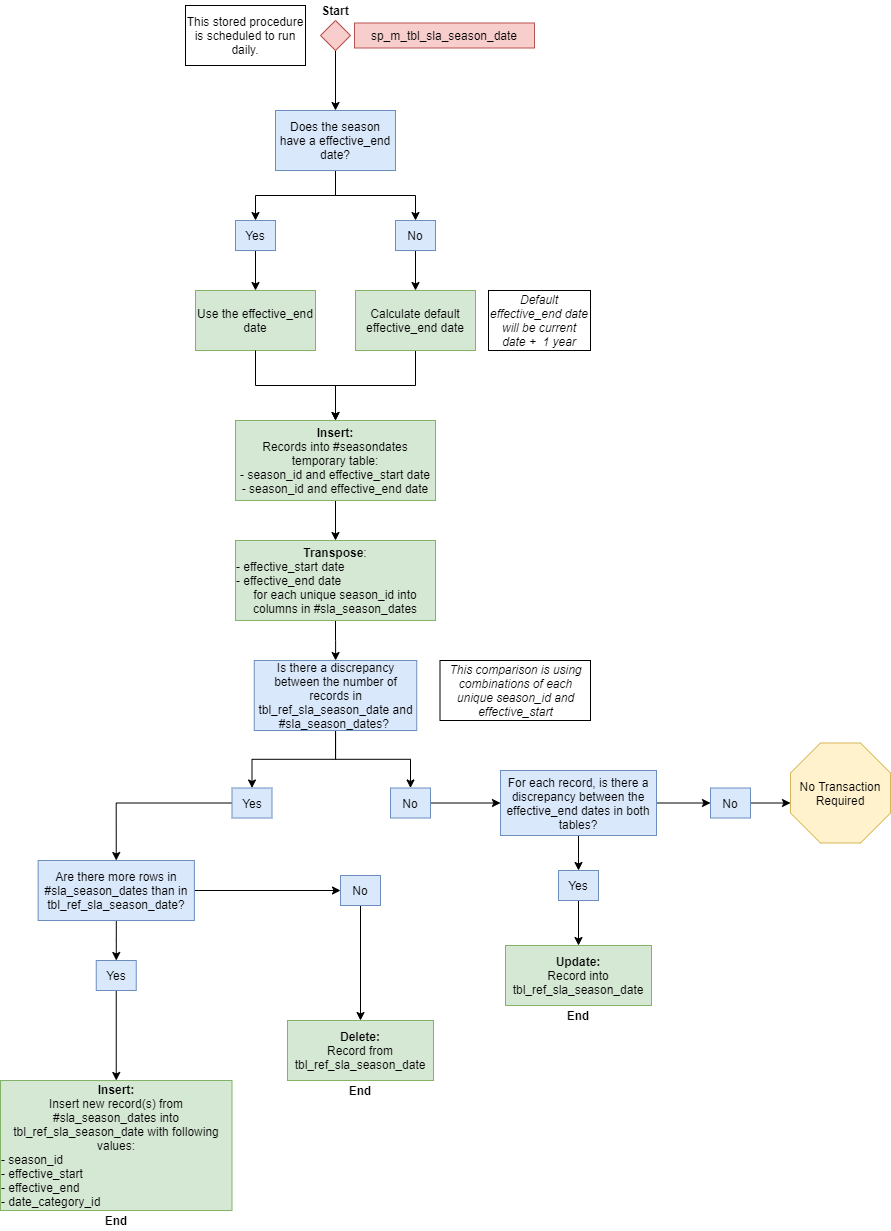
Above: images/diagram3.png in NYC-Parks/SLADB (draw.io), before the change. Source tidied: cells renumbered, new cells last; positions are measured from the earlier drawing's top-left corner, leaving out a move shared by most shapes.
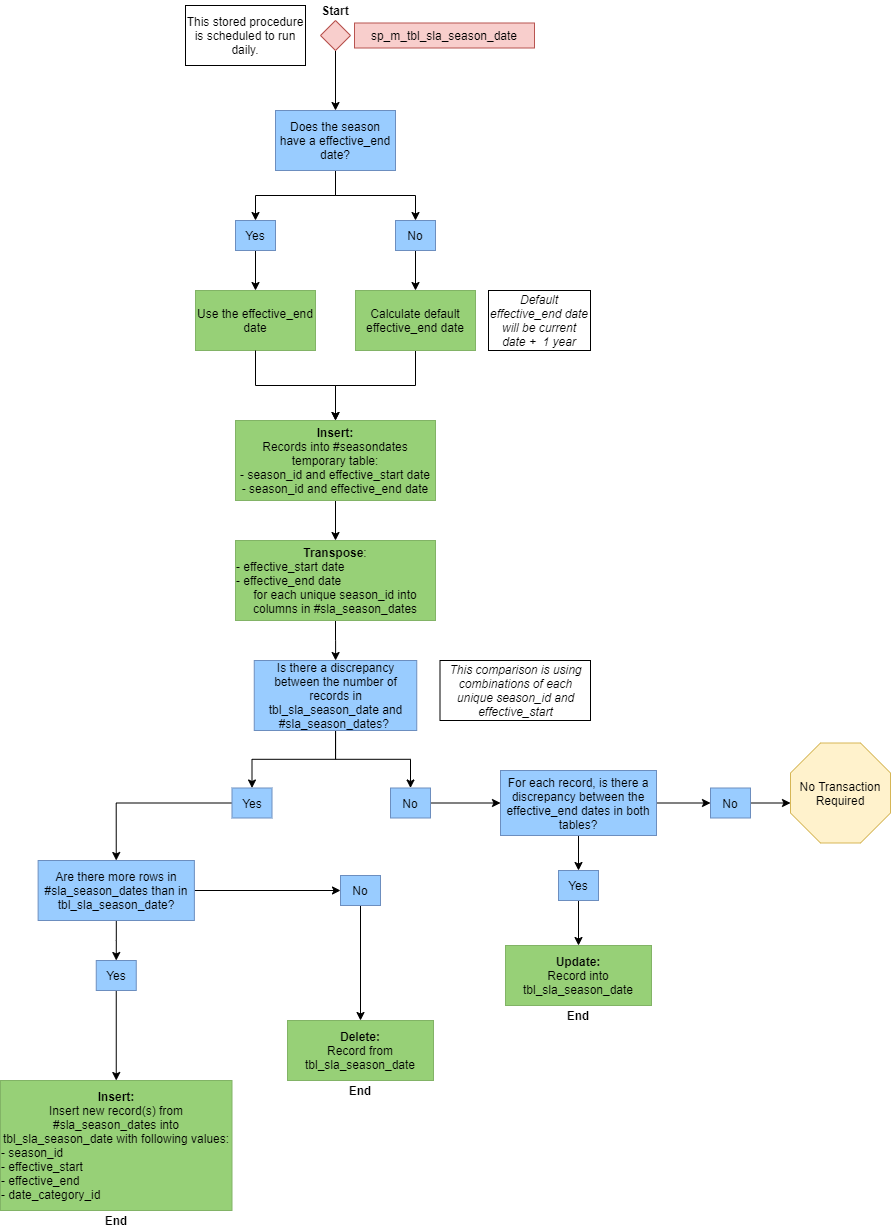
The same diagram one commit later.

Diff of the diagram source:
```diff
@@ -5,7 +5,7 @@
     <mxCell id="2" style="edgeStyle=orthogonalEdgeStyle;rounded=0;jettySize=auto;html=1;" parent="1" edge="1" source="3" target="36">
       <mxGeometry relative="1" as="geometry" />
     </mxCell>
-    <mxCell id="3" value="Calculate default effective_end date" style="rounded=0;whiteSpace=wrap;html=1;fillColor=#d5e8d4;strokeColor=#82b366;" parent="1" vertex="1">
+    <mxCell id="3" value="Calculate default effective_end date" style="rounded=0;whiteSpace=wrap;html=1;fillColor=#97D077;strokeColor=#82b366;" parent="1" vertex="1">
       <mxGeometry x="355" y="290" width="120" height="60" as="geometry" />
     </mxCell>
     <mxCell id="4" style="edgeStyle=orthogonalEdgeStyle;rounded=0;jettySize=auto;html=1;exitX=0.5;exitY=1;exitDx=0;exitDy=0;entryX=0.5;entryY=0;entryDx=0;entryDy=0;" parent="1" edge="1" source="5" target="9">
@@ -23,22 +23,22 @@
     <mxCell id="8" style="edgeStyle=orthogonalEdgeStyle;rounded=0;jettySize=auto;html=1;exitX=0.5;exitY=1;exitDx=0;exitDy=0;entryX=0.5;entryY=0;entryDx=0;entryDy=0;" parent="1" edge="1" source="9" target="13">
       <mxGeometry relative="1" as="geometry" />
     </mxCell>
-    <mxCell id="9" value="Does the season have a effective_end date?" style="rounded=0;whiteSpace=wrap;html=1;fillColor=#dae8fc;strokeColor=#6c8ebf;" parent="1" vertex="1">
+    <mxCell id="9" value="Does the season have a effective_end date?" style="rounded=0;whiteSpace=wrap;html=1;fillColor=#99CCFF;strokeColor=#6c8ebf;" parent="1" vertex="1">
       <mxGeometry x="275" y="110" width="120" height="60" as="geometry" />
     </mxCell>
     <mxCell id="10" style="edgeStyle=orthogonalEdgeStyle;rounded=0;jettySize=auto;html=1;exitX=0.5;exitY=1;exitDx=0;exitDy=0;entryX=0.5;entryY=0;entryDx=0;entryDy=0;" parent="1" edge="1" source="11" target="14">
       <mxGeometry relative="1" as="geometry" />
     </mxCell>
-    <mxCell id="11" value="Yes" style="rounded=0;whiteSpace=wrap;html=1;fillColor=#dae8fc;strokeColor=#6c8ebf;" parent="1" vertex="1">
+    <mxCell id="11" value="Yes" style="rounded=0;whiteSpace=wrap;html=1;fillColor=#99CCFF;strokeColor=#6c8ebf;" parent="1" vertex="1">
       <mxGeometry x="235" y="220" width="40" height="30" as="geometry" />
     </mxCell>
     <mxCell id="12" style="edgeStyle=orthogonalEdgeStyle;rounded=0;jettySize=auto;html=1;exitX=0.5;exitY=1;exitDx=0;exitDy=0;entryX=0.5;entryY=0;entryDx=0;entryDy=0;" parent="1" edge="1" source="13" target="3">
       <mxGeometry relative="1" as="geometry" />
     </mxCell>
-    <mxCell id="13" value="No" style="rounded=0;whiteSpace=wrap;html=1;fillColor=#dae8fc;strokeColor=#6c8ebf;" parent="1" vertex="1">
+    <mxCell id="13" value="No" style="rounded=0;whiteSpace=wrap;html=1;fillColor=#99CCFF;strokeColor=#6c8ebf;" parent="1" vertex="1">
       <mxGeometry x="395" y="220" width="40" height="30" as="geometry" />
     </mxCell>
-    <mxCell id="14" value="Use the effective_end date" style="rounded=0;whiteSpace=wrap;html=1;fillColor=#d5e8d4;strokeColor=#82b366;" parent="1" vertex="1">
+    <mxCell id="14" value="Use the effective_end date" style="rounded=0;whiteSpace=wrap;html=1;fillColor=#97D077;strokeColor=#82b366;" parent="1" vertex="1">
       <mxGeometry x="195" y="290" width="120" height="60" as="geometry" />
     </mxCell>
     <mxCell id="15" value="This stored procedure is scheduled to run daily." style="rounded=0;whiteSpace=wrap;html=1;" parent="1" vertex="1">
@@ -50,10 +50,10 @@
     <mxCell id="17" style="edgeStyle=orthogonalEdgeStyle;rounded=0;jettySize=auto;html=1;entryX=0.5;entryY=0;entryDx=0;entryDy=0;" parent="1" edge="1" source="18" target="30">
       <mxGeometry relative="1" as="geometry" />
     </mxCell>
-    <mxCell id="18" value="For each record, is there a discrepancy between the effective_end dates in both tables?" style="rounded=0;whiteSpace=wrap;html=1;fillColor=#dae8fc;strokeColor=#6c8ebf;" parent="1" vertex="1">
+    <mxCell id="18" value="For each record, is there a discrepancy between the effective_end dates in both tables?" style="rounded=0;whiteSpace=wrap;html=1;fillColor=#99CCFF;strokeColor=#6c8ebf;" parent="1" vertex="1">
       <mxGeometry x="500" y="770" width="156" height="65" as="geometry" />
     </mxCell>
-    <mxCell id="19" value="&lt;b&gt;Insert:&lt;/b&gt;&lt;br&gt;Insert new record(s) from #sla_season_dates into tbl_ref_sla_season_date with following values:&lt;br&gt;&lt;div style=&quot;text-align: left&quot;&gt;&lt;span&gt;- season_id&lt;/span&gt;&lt;/div&gt;&lt;div style=&quot;text-align: left&quot;&gt;&lt;span&gt;- effective_start&lt;/span&gt;&lt;/div&gt;&lt;div style=&quot;text-align: left&quot;&gt;&lt;span&gt;- effective_end&lt;/span&gt;&lt;/div&gt;&lt;div style=&quot;text-align: left&quot;&gt;&lt;span&gt;- date_category_id&lt;/span&gt;&lt;/div&gt;" style="rounded=0;whiteSpace=wrap;html=1;fillColor=#d5e8d4;strokeColor=#82b366;" parent="1" vertex="1">
+    <mxCell id="19" value="&lt;b&gt;Insert:&lt;/b&gt;&lt;br&gt;Insert new record(s) from #sla_season_dates into tbl_sla_season_date with following values:&lt;br&gt;&lt;div style=&quot;text-align: left&quot;&gt;&lt;span&gt;- season_id&lt;/span&gt;&lt;/div&gt;&lt;div style=&quot;text-align: left&quot;&gt;&lt;span&gt;- effective_start&lt;/span&gt;&lt;/div&gt;&lt;div style=&quot;text-align: left&quot;&gt;&lt;span&gt;- effective_end&lt;/span&gt;&lt;/div&gt;&lt;div style=&quot;text-align: left&quot;&gt;&lt;span&gt;- date_category_id&lt;/span&gt;&lt;/div&gt;" style="rounded=0;whiteSpace=wrap;html=1;fillColor=#97D077;strokeColor=#82b366;" parent="1" vertex="1">
       <mxGeometry y="1080" width="231.5" height="130" as="geometry" />
     </mxCell>
     <mxCell id="20" style="edgeStyle=orthogonalEdgeStyle;rounded=0;jettySize=auto;html=1;exitX=0.5;exitY=1;exitDx=0;exitDy=0;entryX=0.5;entryY=0;entryDx=0;entryDy=0;" parent="1" edge="1" source="22" target="26">
@@ -62,19 +62,19 @@
     <mxCell id="21" style="edgeStyle=orthogonalEdgeStyle;rounded=0;jettySize=auto;html=1;entryX=0.5;entryY=0;entryDx=0;entryDy=0;" parent="1" edge="1" source="22" target="48">
       <mxGeometry relative="1" as="geometry" />
     </mxCell>
-    <mxCell id="22" value="Is there a discrepancy between the number of records in tbl_ref_sla_season_date and #sla_season_dates?&amp;nbsp;" style="rounded=0;whiteSpace=wrap;html=1;fillColor=#dae8fc;strokeColor=#6c8ebf;" parent="1" vertex="1">
+    <mxCell id="22" value="Is there a discrepancy between the number of records in tbl_sla_season_date and #sla_season_dates?&amp;nbsp;" style="rounded=0;whiteSpace=wrap;html=1;fillColor=#99CCFF;strokeColor=#6c8ebf;" parent="1" vertex="1">
       <mxGeometry x="253.8" y="660" width="162.5" height="70" as="geometry" />
     </mxCell>
     <mxCell id="23" style="edgeStyle=orthogonalEdgeStyle;rounded=0;jettySize=auto;html=1;exitX=0.5;exitY=1;exitDx=0;exitDy=0;entryX=0.5;entryY=0;entryDx=0;entryDy=0;" parent="1" edge="1" source="24" target="32">
       <mxGeometry relative="1" as="geometry" />
     </mxCell>
-    <mxCell id="24" value="No" style="rounded=0;whiteSpace=wrap;html=1;fillColor=#dae8fc;strokeColor=#6c8ebf;" parent="1" vertex="1">
+    <mxCell id="24" value="No" style="rounded=0;whiteSpace=wrap;html=1;fillColor=#99CCFF;strokeColor=#6c8ebf;" parent="1" vertex="1">
       <mxGeometry x="340" y="875" width="40" height="30" as="geometry" />
     </mxCell>
     <mxCell id="25" style="edgeStyle=orthogonalEdgeStyle;rounded=0;jettySize=auto;html=1;entryX=0.5;entryY=0;entryDx=0;entryDy=0;" parent="1" edge="1" source="26" target="44">
       <mxGeometry relative="1" as="geometry" />
     </mxCell>
-    <mxCell id="26" value="Yes" style="rounded=0;whiteSpace=wrap;html=1;fillColor=#dae8fc;strokeColor=#6c8ebf;" parent="1" vertex="1">
+    <mxCell id="26" value="Yes" style="rounded=0;whiteSpace=wrap;html=1;fillColor=#99CCFF;strokeColor=#6c8ebf;" parent="1" vertex="1">
       <mxGeometry x="231.5" y="787.5" width="40" height="30" as="geometry" />
     </mxCell>
     <mxCell id="27" style="edgeStyle=orthogonalEdgeStyle;rounded=0;jettySize=auto;html=1;exitX=1;exitY=0.5;exitDx=0;exitDy=0;entryX=0;entryY=0.5;entryDx=0;entryDy=0;entryPerimeter=0;" parent="1" edge="1" source="28">
@@ -82,19 +82,19 @@
         <mxPoint x="790" y="802.5" as="targetPoint" />
       </mxGeometry>
     </mxCell>
-    <mxCell id="28" value="No" style="rounded=0;whiteSpace=wrap;html=1;fillColor=#dae8fc;strokeColor=#6c8ebf;" parent="1" vertex="1">
+    <mxCell id="28" value="No" style="rounded=0;whiteSpace=wrap;html=1;fillColor=#99CCFF;strokeColor=#6c8ebf;" parent="1" vertex="1">
       <mxGeometry x="710" y="787.5" width="40" height="30" as="geometry" />
     </mxCell>
     <mxCell id="29" style="edgeStyle=orthogonalEdgeStyle;rounded=0;jettySize=auto;html=1;exitX=0.5;exitY=1;exitDx=0;exitDy=0;" parent="1" edge="1" source="30" target="31">
       <mxGeometry relative="1" as="geometry" />
     </mxCell>
-    <mxCell id="30" value="Yes" style="rounded=0;whiteSpace=wrap;html=1;fillColor=#dae8fc;strokeColor=#6c8ebf;" parent="1" vertex="1">
+    <mxCell id="30" value="Yes" style="rounded=0;whiteSpace=wrap;html=1;fillColor=#99CCFF;strokeColor=#6c8ebf;" parent="1" vertex="1">
       <mxGeometry x="558" y="870" width="40" height="30" as="geometry" />
     </mxCell>
-    <mxCell id="31" value="&lt;b&gt;Update:&lt;/b&gt;&lt;br&gt;Record into tbl_ref_sla_season_date" style="rounded=0;whiteSpace=wrap;html=1;fillColor=#d5e8d4;strokeColor=#82b366;" parent="1" vertex="1">
+    <mxCell id="31" value="&lt;b&gt;Update:&lt;/b&gt;&lt;br&gt;Record into tbl_sla_season_date" style="rounded=0;whiteSpace=wrap;html=1;fillColor=#97D077;strokeColor=#82b366;" parent="1" vertex="1">
       <mxGeometry x="505" y="945" width="146" height="60" as="geometry" />
     </mxCell>
-    <mxCell id="32" value="&lt;b&gt;Delete:&lt;/b&gt;&lt;br&gt;Record from tbl_ref_sla_season_date" style="rounded=0;whiteSpace=wrap;html=1;fillColor=#d5e8d4;strokeColor=#82b366;" parent="1" vertex="1">
+    <mxCell id="32" value="&lt;b&gt;Delete:&lt;/b&gt;&lt;br&gt;Record from tbl_sla_season_date" style="rounded=0;whiteSpace=wrap;html=1;fillColor=#97D077;strokeColor=#82b366;" parent="1" vertex="1">
       <mxGeometry x="287" y="1020" width="146" height="60" as="geometry" />
     </mxCell>
     <mxCell id="33" value="No Transaction Required" style="whiteSpace=wrap;html=1;shape=mxgraph.basic.octagon2;align=center;verticalAlign=middle;dx=15;fillColor=#fff2cc;strokeColor=#d6b656;" parent="1" vertex="1">
@@ -106,7 +106,7 @@
     <mxCell id="35" style="edgeStyle=orthogonalEdgeStyle;rounded=0;jettySize=auto;html=1;" parent="1" edge="1" source="36" target="39">
       <mxGeometry relative="1" as="geometry" />
     </mxCell>
-    <mxCell id="36" value="&lt;b&gt;Insert:&lt;/b&gt;&lt;br&gt;Records into #seasondates temporary table:&lt;br&gt;- season_id and effective_start date&lt;br&gt;- season_id and effective_end date" style="rounded=0;whiteSpace=wrap;html=1;fillColor=#d5e8d4;strokeColor=#82b366;" parent="1" vertex="1">
+    <mxCell id="36" value="&lt;b&gt;Insert:&lt;/b&gt;&lt;br&gt;Records into #seasondates temporary table:&lt;br&gt;- season_id and effective_start date&lt;br&gt;- season_id and effective_end date" style="rounded=0;whiteSpace=wrap;html=1;fillColor=#97D077;strokeColor=#82b366;" parent="1" vertex="1">
       <mxGeometry x="235" y="420" width="200" height="80" as="geometry" />
     </mxCell>
     <mxCell id="37" style="endArrow=classic;html=1;exitX=0.5;exitY=1;exitDx=0;exitDy=0;entryX=0.5;entryY=0;entryDx=0;entryDy=0;rounded=0;edgeStyle=orthogonalEdgeStyle;" parent="1" edge="1" source="14" target="36">
@@ -115,7 +115,7 @@
     <mxCell id="38" style="edgeStyle=orthogonalEdgeStyle;rounded=0;jettySize=auto;html=1;" parent="1" edge="1" source="39" target="22">
       <mxGeometry relative="1" as="geometry" />
     </mxCell>
-    <mxCell id="39" value="&lt;b&gt;Transpose&lt;/b&gt;:&lt;br&gt;&lt;div style=&quot;text-align: left&quot;&gt;&lt;span&gt;- effective_start date&lt;/span&gt;&lt;/div&gt;&lt;div style=&quot;text-align: left&quot;&gt;&lt;span&gt;- effective_end date&lt;/span&gt;&lt;/div&gt;&lt;div&gt;&lt;span&gt;for each unique season_id into columns in #sla_season_dates&lt;/span&gt;&lt;/div&gt;" style="rounded=0;whiteSpace=wrap;html=1;fillColor=#d5e8d4;strokeColor=#82b366;" parent="1" vertex="1">
+    <mxCell id="39" value="&lt;b&gt;Transpose&lt;/b&gt;:&lt;br&gt;&lt;div style=&quot;text-align: left&quot;&gt;&lt;span&gt;- effective_start date&lt;/span&gt;&lt;/div&gt;&lt;div style=&quot;text-align: left&quot;&gt;&lt;span&gt;- effective_end date&lt;/span&gt;&lt;/div&gt;&lt;div&gt;&lt;span&gt;for each unique season_id into columns in #sla_season_dates&lt;/span&gt;&lt;/div&gt;" style="rounded=0;whiteSpace=wrap;html=1;fillColor=#97D077;strokeColor=#82b366;" parent="1" vertex="1">
       <mxGeometry x="235" y="540" width="200" height="80" as="geometry" />
     </mxCell>
     <mxCell id="40" style="edgeStyle=orthogonalEdgeStyle;rounded=0;orthogonalLoop=1;jettySize=auto;html=1;exitX=0.5;exitY=1;exitDx=0;exitDy=0;" parent="1" edge="1" source="39" target="39">
@@ -130,19 +130,19 @@
     <mxCell id="43" style="edgeStyle=orthogonalEdgeStyle;rounded=0;jettySize=auto;html=1;entryX=0;entryY=0.5;entryDx=0;entryDy=0;" parent="1" edge="1" source="44" target="24">
       <mxGeometry relative="1" as="geometry" />
     </mxCell>
-    <mxCell id="44" value="Are there more rows in #sla_season_dates than in tbl_ref_sla_season_date?" style="rounded=0;whiteSpace=wrap;html=1;fillColor=#dae8fc;strokeColor=#6c8ebf;" parent="1" vertex="1">
+    <mxCell id="44" value="Are there more rows in #sla_season_dates than in tbl_sla_season_date?" style="rounded=0;whiteSpace=wrap;html=1;fillColor=#99CCFF;strokeColor=#6c8ebf;" parent="1" vertex="1">
       <mxGeometry x="37.6" y="860" width="156.2" height="60" as="geometry" />
     </mxCell>
     <mxCell id="45" style="edgeStyle=orthogonalEdgeStyle;rounded=0;jettySize=auto;html=1;entryX=0.5;entryY=0;entryDx=0;entryDy=0;" parent="1" edge="1" source="46" target="19">
       <mxGeometry relative="1" as="geometry" />
     </mxCell>
-    <mxCell id="46" value="Yes" style="rounded=0;whiteSpace=wrap;html=1;fillColor=#dae8fc;strokeColor=#6c8ebf;" parent="1" vertex="1">
+    <mxCell id="46" value="Yes" style="rounded=0;whiteSpace=wrap;html=1;fillColor=#99CCFF;strokeColor=#6c8ebf;" parent="1" vertex="1">
       <mxGeometry x="95.8" y="960" width="40" height="30" as="geometry" />
     </mxCell>
     <mxCell id="47" style="edgeStyle=orthogonalEdgeStyle;rounded=0;jettySize=auto;html=1;entryX=0;entryY=0.5;entryDx=0;entryDy=0;" parent="1" edge="1" source="48" target="18">
       <mxGeometry relative="1" as="geometry" />
     </mxCell>
-    <mxCell id="48" value="No" style="rounded=0;whiteSpace=wrap;html=1;fillColor=#dae8fc;strokeColor=#6c8ebf;" parent="1" vertex="1">
+    <mxCell id="48" value="No" style="rounded=0;whiteSpace=wrap;html=1;fillColor=#99CCFF;strokeColor=#6c8ebf;" parent="1" vertex="1">
       <mxGeometry x="390" y="787.5" width="40" height="30" as="geometry" />
     </mxCell>
     <mxCell id="49" value="End" style="text;html=1;strokeColor=none;fillColor=none;align=center;verticalAlign=middle;whiteSpace=wrap;rounded=0;fontStyle=1;" parent="1" vertex="1">
```
